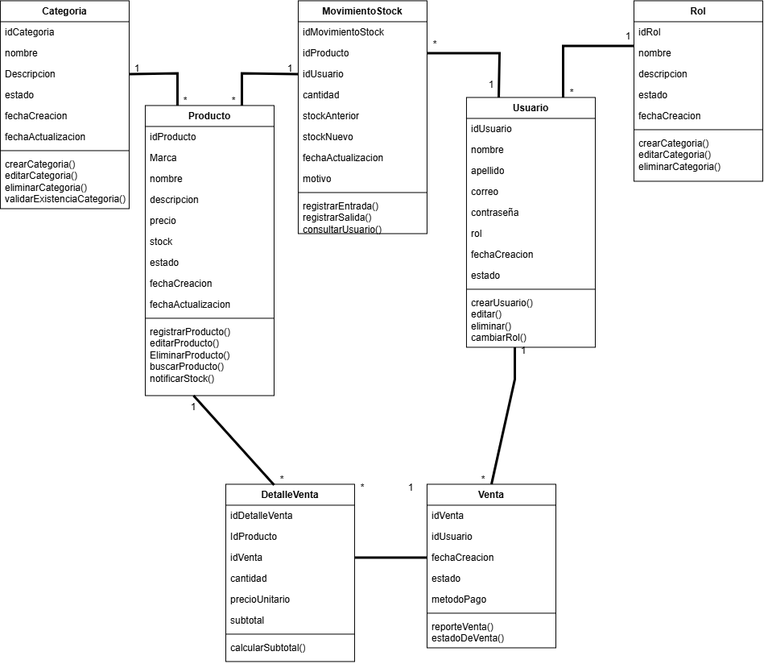
The draw.io diagram H2/DiagramaH2Despues.png in alejandrxmxnt/expediente-arq-montano, before a commit. Source tidied: cells renumbered, new cells last; positions are measured from the earlier drawing's top-left corner, leaving out a move shared by most shapes.
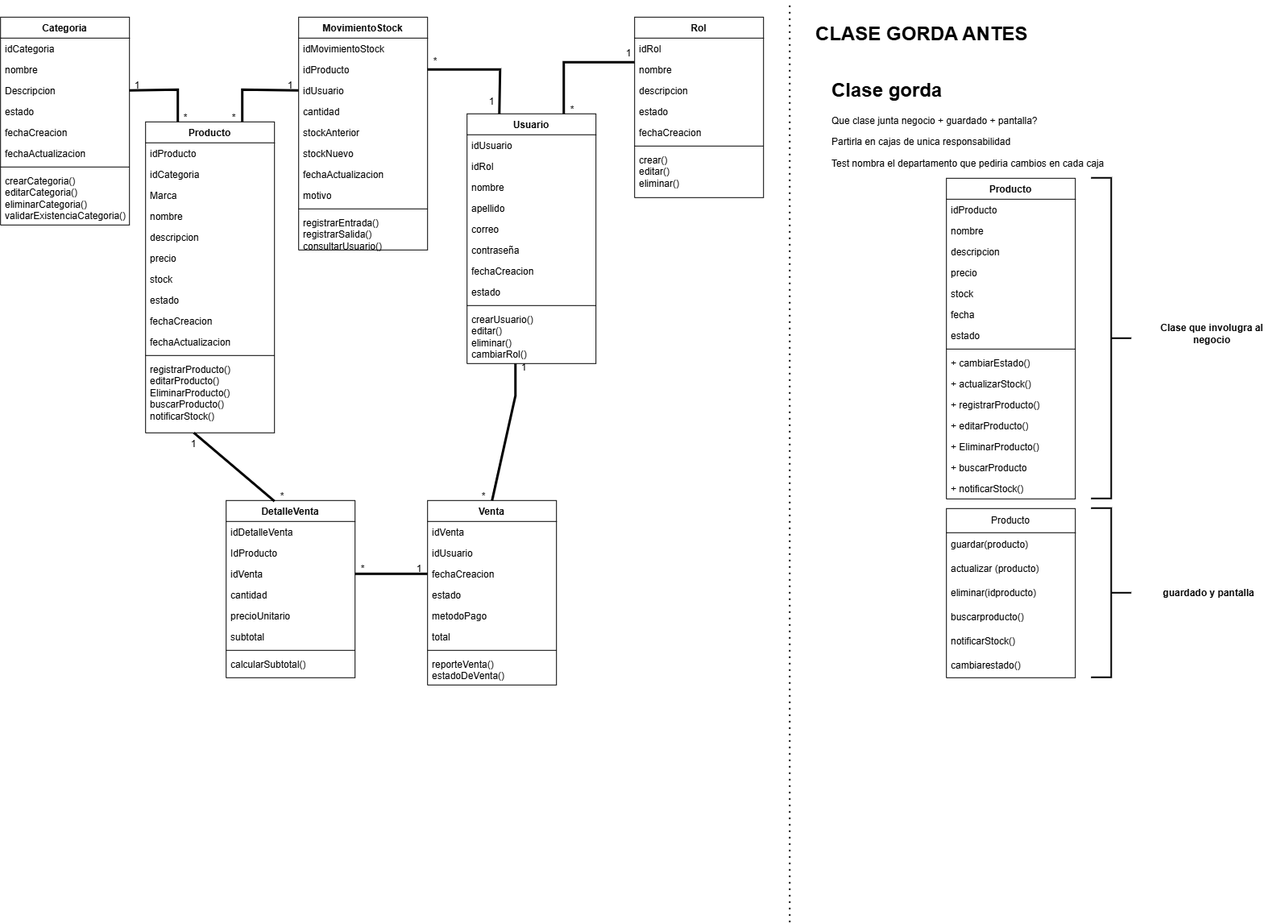
The same file after the commit.

Commit message:
Ultimos retoques aplicados en el diagrama - Corregido

The edit, as a diff of the source:
```diff
@@ -30,40 +30,43 @@
       <mxGeometry y="190" width="160" height="68" as="geometry" />
     </mxCell>
     <mxCell id="11" value="Producto" style="swimlane;fontStyle=1;align=center;verticalAlign=top;horizontal=1;startSize=26;whiteSpace=wrap;html=1;" parent="1" vertex="1">
-      <mxGeometry x="180" y="130" width="160" height="360" as="geometry" />
+      <mxGeometry x="180" y="130" width="160" height="386" as="geometry" />
     </mxCell>
+    <mxCell id="91" value="idProducto" style="text;strokeColor=none;fillColor=none;align=left;verticalAlign=top;spacingLeft=4;spacingRight=4;overflow=hidden;whiteSpace=wrap;html=1;" parent="11" vertex="1">
+      <mxGeometry y="26" width="160" height="26" as="geometry" />
+    </mxCell>
-    <mxCell id="12" value="idProducto" style="text;strokeColor=none;fillColor=none;align=left;verticalAlign=top;spacingLeft=4;spacingRight=4;overflow=hidden;whiteSpace=wrap;html=1;" parent="11" vertex="1">
-      <mxGeometry y="26" width="160" height="26" as="geometry" />
+    <mxCell id="12" value="idCategoria" style="text;strokeColor=none;fillColor=none;align=left;verticalAlign=top;spacingLeft=4;spacingRight=4;overflow=hidden;whiteSpace=wrap;html=1;" parent="11" vertex="1">
+      <mxGeometry y="52" width="160" height="26" as="geometry" />
     </mxCell>
     <mxCell id="13" value="Marca" style="text;strokeColor=none;fillColor=none;align=left;verticalAlign=top;spacingLeft=4;spacingRight=4;overflow=hidden;whiteSpace=wrap;html=1;" parent="11" vertex="1">
-      <mxGeometry y="52" width="160" height="26" as="geometry" />
+      <mxGeometry y="78" width="160" height="26" as="geometry" />
     </mxCell>
     <mxCell id="14" value="nombre" style="text;strokeColor=none;fillColor=none;align=left;verticalAlign=top;spacingLeft=4;spacingRight=4;overflow=hidden;whiteSpace=wrap;html=1;" parent="11" vertex="1">
-      <mxGeometry y="78" width="160" height="26" as="geometry" />
+      <mxGeometry y="104" width="160" height="26" as="geometry" />
     </mxCell>
     <mxCell id="15" value="descripcion" style="text;strokeColor=none;fillColor=none;align=left;verticalAlign=top;spacingLeft=4;spacingRight=4;overflow=hidden;whiteSpace=wrap;html=1;" parent="11" vertex="1">
-      <mxGeometry y="104" width="160" height="26" as="geometry" />
+      <mxGeometry y="130" width="160" height="26" as="geometry" />
     </mxCell>
     <mxCell id="16" value="precio" style="text;strokeColor=none;fillColor=none;align=left;verticalAlign=top;spacingLeft=4;spacingRight=4;overflow=hidden;whiteSpace=wrap;html=1;" parent="11" vertex="1">
-      <mxGeometry y="130" width="160" height="26" as="geometry" />
+      <mxGeometry y="156" width="160" height="26" as="geometry" />
     </mxCell>
     <mxCell id="17" value="stock" style="text;strokeColor=none;fillColor=none;align=left;verticalAlign=top;spacingLeft=4;spacingRight=4;overflow=hidden;whiteSpace=wrap;html=1;" parent="11" vertex="1">
-      <mxGeometry y="156" width="160" height="26" as="geometry" />
+      <mxGeometry y="182" width="160" height="26" as="geometry" />
     </mxCell>
     <mxCell id="18" value="estado" style="text;strokeColor=none;fillColor=none;align=left;verticalAlign=top;spacingLeft=4;spacingRight=4;overflow=hidden;whiteSpace=wrap;html=1;" parent="11" vertex="1">
-      <mxGeometry y="182" width="160" height="26" as="geometry" />
+      <mxGeometry y="208" width="160" height="26" as="geometry" />
     </mxCell>
     <mxCell id="19" value="fechaCreacion" style="text;strokeColor=none;fillColor=none;align=left;verticalAlign=top;spacingLeft=4;spacingRight=4;overflow=hidden;whiteSpace=wrap;html=1;" parent="11" vertex="1">
-      <mxGeometry y="208" width="160" height="26" as="geometry" />
+      <mxGeometry y="234" width="160" height="26" as="geometry" />
     </mxCell>
     <mxCell id="20" value="fechaActualizacion" style="text;strokeColor=none;fillColor=none;align=left;verticalAlign=top;spacingLeft=4;spacingRight=4;overflow=hidden;whiteSpace=wrap;html=1;" parent="11" vertex="1">
-      <mxGeometry y="234" width="160" height="26" as="geometry" />
+      <mxGeometry y="260" width="160" height="26" as="geometry" />
     </mxCell>
     <mxCell id="21" style="line;strokeWidth=1;fillColor=none;align=left;verticalAlign=middle;spacingTop=-1;spacingLeft=3;spacingRight=3;labelPosition=right;strokeColor=inherit;" parent="11" vertex="1">
-      <mxGeometry y="260" width="160" height="8" as="geometry" />
+      <mxGeometry y="286" width="160" height="8" as="geometry" />
     </mxCell>
     <mxCell id="22" value="registrarProducto()&lt;div&gt;editarProducto()&lt;/div&gt;&lt;div&gt;EliminarProducto()&lt;/div&gt;&lt;div&gt;buscarProducto()&lt;/div&gt;&lt;div&gt;notificarStock()&lt;/div&gt;" style="text;strokeColor=none;fillColor=none;align=left;verticalAlign=top;spacingLeft=4;spacingRight=4;overflow=hidden;points=[[0,0.5],[1,0.5]];portConstraint=eastwest;whiteSpace=wrap;html=1;" parent="11" vertex="1">
-      <mxGeometry y="268" width="160" height="92" as="geometry" />
+      <mxGeometry y="294" width="160" height="92" as="geometry" />
     </mxCell>
     <mxCell id="23" value="Usuario" style="swimlane;fontStyle=1;align=center;verticalAlign=top;horizontal=1;startSize=26;whiteSpace=wrap;html=1;" parent="1" vertex="1">
       <mxGeometry x="579" y="120" width="160" height="310" as="geometry" />
@@ -71,21 +74,21 @@
     <mxCell id="24" value="idUsuario" style="text;strokeColor=none;fillColor=none;align=left;verticalAlign=top;spacingLeft=4;spacingRight=4;overflow=hidden;whiteSpace=wrap;html=1;" parent="23" vertex="1">
       <mxGeometry y="26" width="160" height="26" as="geometry" />
     </mxCell>
+    <mxCell id="29" value="idRol" style="text;strokeColor=none;fillColor=none;align=left;verticalAlign=top;spacingLeft=4;spacingRight=4;overflow=hidden;whiteSpace=wrap;html=1;" parent="23" vertex="1">
+      <mxGeometry y="52" width="160" height="26" as="geometry" />
+    </mxCell>
     <mxCell id="25" value="nombre" style="text;strokeColor=none;fillColor=none;align=left;verticalAlign=top;spacingLeft=4;spacingRight=4;overflow=hidden;whiteSpace=wrap;html=1;" parent="23" vertex="1">
-      <mxGeometry y="52" width="160" height="26" as="geometry" />
+      <mxGeometry y="78" width="160" height="26" as="geometry" />
     </mxCell>
     <mxCell id="26" value="apellido" style="text;strokeColor=none;fillColor=none;align=left;verticalAlign=top;spacingLeft=4;spacingRight=4;overflow=hidden;whiteSpace=wrap;html=1;" parent="23" vertex="1">
-      <mxGeometry y="78" width="160" height="26" as="geometry" />
+      <mxGeometry y="104" width="160" height="26" as="geometry" />
     </mxCell>
     <mxCell id="27" value="correo" style="text;strokeColor=none;fillColor=none;align=left;verticalAlign=top;spacingLeft=4;spacingRight=4;overflow=hidden;whiteSpace=wrap;html=1;" parent="23" vertex="1">
-      <mxGeometry y="104" width="160" height="26" as="geometry" />
+      <mxGeometry y="130" width="160" height="26" as="geometry" />
     </mxCell>
     <mxCell id="28" value="contraseña" style="text;strokeColor=none;fillColor=none;align=left;verticalAlign=top;spacingLeft=4;spacingRight=4;overflow=hidden;whiteSpace=wrap;html=1;" parent="23" vertex="1">
-      <mxGeometry y="130" width="160" height="26" as="geometry" />
+      <mxGeometry y="156" width="160" height="26" as="geometry" />
     </mxCell>
-    <mxCell id="29" value="rol" style="text;strokeColor=none;fillColor=none;align=left;verticalAlign=top;spacingLeft=4;spacingRight=4;overflow=hidden;whiteSpace=wrap;html=1;" parent="23" vertex="1">
-      <mxGeometry y="156" width="160" height="26" as="geometry" />
-    </mxCell>
     <mxCell id="30" value="fechaCreacion" style="text;strokeColor=none;fillColor=none;align=left;verticalAlign=top;spacingLeft=4;spacingRight=4;overflow=hidden;whiteSpace=wrap;html=1;" parent="23" vertex="1">
       <mxGeometry y="182" width="160" height="26" as="geometry" />
     </mxCell>
@@ -152,11 +155,11 @@
     <mxCell id="51" style="line;strokeWidth=1;fillColor=none;align=left;verticalAlign=middle;spacingTop=-1;spacingLeft=3;spacingRight=3;labelPosition=right;strokeColor=inherit;" parent="45" vertex="1">
       <mxGeometry y="156" width="160" height="8" as="geometry" />
     </mxCell>
-    <mxCell id="52" value="crearCategoria()&lt;div&gt;editarCategoria()&lt;/div&gt;&lt;div&gt;eliminarCategoria()&lt;/div&gt;" style="text;strokeColor=none;fillColor=none;align=left;verticalAlign=top;spacingLeft=4;spacingRight=4;overflow=hidden;whiteSpace=wrap;html=1;" parent="45" vertex="1">
+    <mxCell id="52" value="crear()&lt;div&gt;editar()&lt;/div&gt;&lt;div&gt;eliminar()&lt;/div&gt;" style="text;strokeColor=none;fillColor=none;align=left;verticalAlign=top;spacingLeft=4;spacingRight=4;overflow=hidden;whiteSpace=wrap;html=1;" parent="45" vertex="1">
       <mxGeometry y="164" width="160" height="60" as="geometry" />
     </mxCell>
     <mxCell id="53" value="Venta" style="swimlane;fontStyle=1;align=center;verticalAlign=top;horizontal=1;startSize=26;whiteSpace=wrap;html=1;" parent="1" vertex="1">
-      <mxGeometry x="530" y="600" width="160" height="203" as="geometry" />
+      <mxGeometry x="530" y="600" width="160" height="229" as="geometry" />
     </mxCell>
     <mxCell id="54" value="idVenta" style="text;strokeColor=none;fillColor=none;align=left;verticalAlign=top;spacingLeft=4;spacingRight=4;overflow=hidden;whiteSpace=wrap;html=1;" parent="53" vertex="1">
       <mxGeometry y="26" width="160" height="26" as="geometry" />
@@ -173,11 +176,14 @@
     <mxCell id="58" value="metodoPago" style="text;strokeColor=none;fillColor=none;align=left;verticalAlign=top;spacingLeft=4;spacingRight=4;overflow=hidden;whiteSpace=wrap;html=1;" parent="53" vertex="1">
       <mxGeometry y="130" width="160" height="26" as="geometry" />
     </mxCell>
+    <mxCell id="92" value="total" style="text;strokeColor=none;fillColor=none;align=left;verticalAlign=top;spacingLeft=4;spacingRight=4;overflow=hidden;whiteSpace=wrap;html=1;" parent="53" vertex="1">
+      <mxGeometry y="156" width="160" height="26" as="geometry" />
+    </mxCell>
     <mxCell id="59" style="line;strokeWidth=1;fillColor=none;align=left;verticalAlign=middle;spacingTop=-1;spacingLeft=3;spacingRight=3;labelPosition=right;strokeColor=inherit;" parent="53" vertex="1">
-      <mxGeometry y="156" width="160" height="8" as="geometry" />
+      <mxGeometry y="182" width="160" height="8" as="geometry" />
     </mxCell>
     <mxCell id="60" value="reporteVenta()&lt;br&gt;&lt;div&gt;estadoDeVenta()&lt;/div&gt;" style="text;strokeColor=none;fillColor=none;align=left;verticalAlign=top;spacingLeft=4;spacingRight=4;overflow=hidden;whiteSpace=wrap;html=1;" parent="53" vertex="1">
-      <mxGeometry y="164" width="160" height="39" as="geometry" />
+      <mxGeometry y="190" width="160" height="39" as="geometry" />
     </mxCell>
     <mxCell id="61" value="DetalleVenta" style="swimlane;fontStyle=1;align=center;verticalAlign=top;horizontal=1;startSize=26;whiteSpace=wrap;html=1;" parent="1" vertex="1">
       <mxGeometry x="280" y="600" width="160" height="220" as="geometry" />
@@ -269,7 +275,7 @@
       <mxGeometry relative="1" as="geometry" />
     </mxCell>
     <mxCell id="84" value="1" style="text;html=1;whiteSpace=wrap;strokeColor=none;fillColor=none;align=center;verticalAlign=middle;rounded=0;" parent="1" vertex="1">
-      <mxGeometry x="210" y="490" width="60" height="30" as="geometry" />
+      <mxGeometry x="210" y="515" width="60" height="30" as="geometry" />
     </mxCell>
     <mxCell id="85" value="*" style="text;html=1;whiteSpace=wrap;strokeColor=none;fillColor=none;align=center;verticalAlign=middle;rounded=0;" parent="1" vertex="1">
       <mxGeometry x="320" y="580" width="60" height="30" as="geometry" />
@@ -284,10 +290,103 @@
       <mxGeometry relative="1" as="geometry" />
     </mxCell>
     <mxCell id="89" value="1" style="text;html=1;whiteSpace=wrap;strokeColor=none;fillColor=none;align=center;verticalAlign=middle;rounded=0;" parent="1" vertex="1">
-      <mxGeometry x="480" y="590" width="60" height="30" as="geometry" />
+      <mxGeometry x="490" y="670" width="60" height="30" as="geometry" />
     </mxCell>
     <mxCell id="90" value="*" style="text;html=1;whiteSpace=wrap;strokeColor=none;fillColor=none;align=center;verticalAlign=middle;rounded=0;" parent="1" vertex="1">
-      <mxGeometry x="420" y="590" width="60" height="30" as="geometry" />
+      <mxGeometry x="420" y="670" width="60" height="30" as="geometry" />
     </mxCell>
+    <mxCell id="93" value="&lt;h1 style=&quot;margin-top: 0px;&quot;&gt;CLASE GORDA ANTES&lt;/h1&gt;" style="text;html=1;whiteSpace=wrap;overflow=hidden;rounded=0;" parent="1" vertex="1">
+      <mxGeometry x="1010" width="350" height="47" as="geometry" />
+    </mxCell>
+    <mxCell id="94" style="endArrow=none;dashed=1;html=1;dashPattern=1 3;strokeWidth=2;rounded=0;" parent="1" edge="1">
+      <mxGeometry relative="1" as="geometry">
+        <mxPoint x="980" y="1124" as="sourcePoint" />
+        <mxPoint x="980" y="-20" as="targetPoint" />
+      </mxGeometry>
+    </mxCell>
+    <mxCell id="95" value="&lt;h1 style=&quot;margin-top: 0px;&quot;&gt;Clase gorda&lt;/h1&gt;&lt;p&gt;Que clase junta negocio + guardado + pantalla?&lt;/p&gt;&lt;p&gt;Partirla en cajas de unica responsabilidad&lt;/p&gt;&lt;p&gt;Test nombra el departamento que pediria cambios en cada caja&lt;/p&gt;" style="text;html=1;whiteSpace=wrap;overflow=hidden;rounded=0;" parent="1" vertex="1">
+      <mxGeometry x="1030" y="70" width="360" height="120" as="geometry" />
+    </mxCell>
+    <mxCell id="96" value="Producto" style="swimlane;fontStyle=1;align=center;verticalAlign=top;horizontal=1;startSize=26;whiteSpace=wrap;html=1;" parent="1" vertex="1">
+      <mxGeometry x="1174" y="200" width="160" height="398" as="geometry" />
+    </mxCell>
+    <mxCell id="97" value="idProducto" style="text;strokeColor=none;fillColor=none;align=left;verticalAlign=top;spacingLeft=4;spacingRight=4;overflow=hidden;whiteSpace=wrap;html=1;" parent="96" vertex="1">
+      <mxGeometry y="26" width="160" height="26" as="geometry" />
+    </mxCell>
+    <mxCell id="98" value="nombre" style="text;strokeColor=none;fillColor=none;align=left;verticalAlign=top;spacingLeft=4;spacingRight=4;overflow=hidden;whiteSpace=wrap;html=1;" parent="96" vertex="1">
+      <mxGeometry y="52" width="160" height="26" as="geometry" />
+    </mxCell>
+    <mxCell id="99" value="descripcion" style="text;strokeColor=none;fillColor=none;align=left;verticalAlign=top;spacingLeft=4;spacingRight=4;overflow=hidden;whiteSpace=wrap;html=1;" parent="96" vertex="1">
+      <mxGeometry y="78" width="160" height="26" as="geometry" />
+    </mxCell>
+    <mxCell id="100" value="precio" style="text;strokeColor=none;fillColor=none;align=left;verticalAlign=top;spacingLeft=4;spacingRight=4;overflow=hidden;whiteSpace=wrap;html=1;" parent="96" vertex="1">
+      <mxGeometry y="104" width="160" height="26" as="geometry" />
+    </mxCell>
+    <mxCell id="101" value="stock" style="text;strokeColor=none;fillColor=none;align=left;verticalAlign=top;spacingLeft=4;spacingRight=4;overflow=hidden;whiteSpace=wrap;html=1;" parent="96" vertex="1">
+      <mxGeometry y="130" width="160" height="26" as="geometry" />
+    </mxCell>
+    <mxCell id="102" value="fecha" style="text;strokeColor=none;fillColor=none;align=left;verticalAlign=top;spacingLeft=4;spacingRight=4;overflow=hidden;whiteSpace=wrap;html=1;" parent="96" vertex="1">
+      <mxGeometry y="156" width="160" height="26" as="geometry" />
+    </mxCell>
+    <mxCell id="103" value="estado" style="text;strokeColor=none;fillColor=none;align=left;verticalAlign=top;spacingLeft=4;spacingRight=4;overflow=hidden;whiteSpace=wrap;html=1;" parent="96" vertex="1">
+      <mxGeometry y="182" width="160" height="26" as="geometry" />
+    </mxCell>
+    <mxCell id="104" style="line;strokeWidth=1;fillColor=none;align=left;verticalAlign=middle;spacingTop=-1;spacingLeft=3;spacingRight=3;labelPosition=right;strokeColor=inherit;" parent="96" vertex="1">
+      <mxGeometry y="208" width="160" height="8" as="geometry" />
+    </mxCell>
+    <mxCell id="105" value="+ cambiarEstado()" style="text;strokeColor=none;fillColor=none;align=left;verticalAlign=top;spacingLeft=4;spacingRight=4;overflow=hidden;whiteSpace=wrap;html=1;" parent="96" vertex="1">
+      <mxGeometry y="216" width="160" height="26" as="geometry" />
+    </mxCell>
+    <mxCell id="106" value="+ actualizarStock()" style="text;strokeColor=none;fillColor=none;align=left;verticalAlign=top;spacingLeft=4;spacingRight=4;overflow=hidden;whiteSpace=wrap;html=1;" parent="96" vertex="1">
+      <mxGeometry y="242" width="160" height="26" as="geometry" />
+    </mxCell>
+    <mxCell id="107" value="+ registrarProducto()" style="text;strokeColor=none;fillColor=none;align=left;verticalAlign=top;spacingLeft=4;spacingRight=4;overflow=hidden;whiteSpace=wrap;html=1;" parent="96" vertex="1">
+      <mxGeometry y="268" width="160" height="26" as="geometry" />
+    </mxCell>
+    <mxCell id="108" value="+ editarProducto()" style="text;strokeColor=none;fillColor=none;align=left;verticalAlign=top;spacingLeft=4;spacingRight=4;overflow=hidden;whiteSpace=wrap;html=1;" parent="96" vertex="1">
+      <mxGeometry y="294" width="160" height="26" as="geometry" />
+    </mxCell>
+    <mxCell id="109" value="+ EliminarProducto()" style="text;strokeColor=none;fillColor=none;align=left;verticalAlign=top;spacingLeft=4;spacingRight=4;overflow=hidden;whiteSpace=wrap;html=1;" parent="96" vertex="1">
+      <mxGeometry y="320" width="160" height="26" as="geometry" />
+    </mxCell>
+    <mxCell id="110" value="+ buscarProducto" style="text;strokeColor=none;fillColor=none;align=left;verticalAlign=top;spacingLeft=4;spacingRight=4;overflow=hidden;whiteSpace=wrap;html=1;" parent="96" vertex="1">
+      <mxGeometry y="346" width="160" height="26" as="geometry" />
+    </mxCell>
+    <mxCell id="111" value="+ notificarStock()" style="text;strokeColor=none;fillColor=none;align=left;verticalAlign=top;spacingLeft=4;spacingRight=4;overflow=hidden;whiteSpace=wrap;html=1;" parent="96" vertex="1">
+      <mxGeometry y="372" width="160" height="26" as="geometry" />
+    </mxCell>
+    <mxCell id="112" style="strokeWidth=2;html=1;shape=mxgraph.flowchart.annotation_2;align=left;labelPosition=right;rotation=-180;" parent="1" vertex="1">
+      <mxGeometry x="1354" y="200" width="50" height="398" as="geometry" />
+    </mxCell>
+    <mxCell id="113" value="&lt;b&gt;Clase que involugra al negocio&lt;/b&gt;" style="text;html=1;whiteSpace=wrap;strokeColor=none;fillColor=none;align=center;verticalAlign=middle;rounded=0;" parent="1" vertex="1">
+      <mxGeometry x="1424" y="378" width="160" height="30" as="geometry" />
+    </mxCell>
+    <mxCell id="114" value="Producto" style="swimlane;fontStyle=0;horizontal=1;startSize=30;whiteSpace=wrap;html=1;" parent="1" vertex="1">
+      <mxGeometry x="1174" y="610" width="160" height="210" as="geometry" />
+    </mxCell>
+    <mxCell id="115" value="guardar(producto)" style="text;strokeColor=none;fillColor=none;align=left;verticalAlign=middle;spacingLeft=4;spacingRight=4;overflow=hidden;whiteSpace=wrap;html=1;" parent="114" vertex="1">
+      <mxGeometry y="30" width="160" height="30" as="geometry" />
+    </mxCell>
+    <mxCell id="116" value="actualizar (producto)" style="text;strokeColor=none;fillColor=none;align=left;verticalAlign=middle;spacingLeft=4;spacingRight=4;overflow=hidden;whiteSpace=wrap;html=1;" parent="114" vertex="1">
+      <mxGeometry y="60" width="160" height="30" as="geometry" />
+    </mxCell>
+    <mxCell id="117" value="eliminar(idproducto)" style="text;strokeColor=none;fillColor=none;align=left;verticalAlign=middle;spacingLeft=4;spacingRight=4;overflow=hidden;whiteSpace=wrap;html=1;" parent="114" vertex="1">
+      <mxGeometry y="90" width="160" height="30" as="geometry" />
+    </mxCell>
+    <mxCell id="118" value="buscarproducto()" style="text;strokeColor=none;fillColor=none;align=left;verticalAlign=middle;spacingLeft=4;spacingRight=4;overflow=hidden;whiteSpace=wrap;html=1;" parent="114" vertex="1">
+      <mxGeometry y="120" width="160" height="30" as="geometry" />
+    </mxCell>
+    <mxCell id="119" value="notificarStock()" style="text;strokeColor=none;fillColor=none;align=left;verticalAlign=middle;spacingLeft=4;spacingRight=4;overflow=hidden;whiteSpace=wrap;html=1;" parent="114" vertex="1">
+      <mxGeometry y="150" width="160" height="30" as="geometry" />
+    </mxCell>
+    <mxCell id="120" value="cambiarestado()" style="text;strokeColor=none;fillColor=none;align=left;verticalAlign=middle;spacingLeft=4;spacingRight=4;overflow=hidden;whiteSpace=wrap;html=1;" parent="114" vertex="1">
+      <mxGeometry y="180" width="160" height="30" as="geometry" />
+    </mxCell>
+    <mxCell id="121" style="strokeWidth=2;html=1;shape=mxgraph.flowchart.annotation_2;align=left;labelPosition=right;rotation=-180;" parent="1" vertex="1">
+      <mxGeometry x="1354" y="610" width="50" height="210" as="geometry" />
+    </mxCell>
+    <mxCell id="122" value="&lt;b&gt;guardado y pantalla&lt;/b&gt;" style="text;html=1;whiteSpace=wrap;strokeColor=none;fillColor=none;align=center;verticalAlign=middle;rounded=0;" parent="1" vertex="1">
+      <mxGeometry x="1420" y="700" width="160" height="30" as="geometry" />
+    </mxCell>
   </root>
 </mxGraphModel>
```
